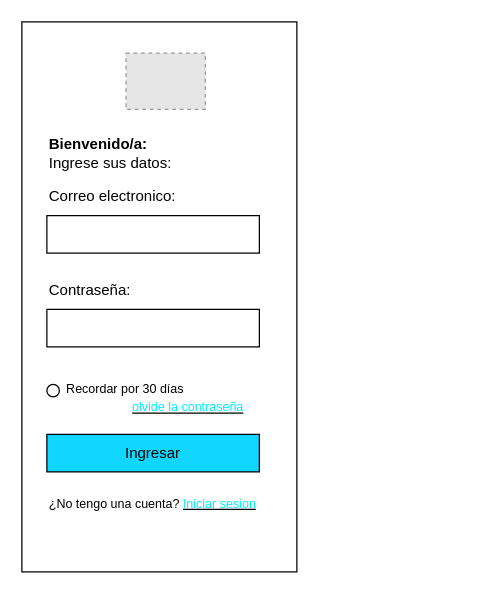
Earlier version of the draw.io diagram page "MenuLayout" (2 of 2) of docs/bocetos/bocetos.drawio (vitadis/Nexo). Source tidied: cells renumbered, new cells numbered last; positions are measured from the earlier drawing's top-left corner, leaving out a move shared by most shapes. Both pictures are drawn from the tidied source at 125%, with x=0, y=0 at pixel (21, 21). Pictures stored in the file or linked from it are replaced by grey dashed boxes.
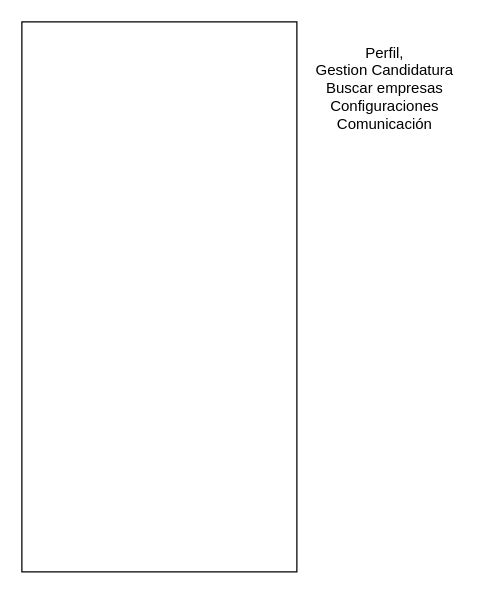
Above is the later version.

What changed in the source:
```diff
@@
 <mxGraphModel>
   <root>
     <mxCell id="0" />
     <mxCell id="1" parent="0" />
     <mxCell id="2" style="rounded=0;whiteSpace=wrap;html=1;" parent="1" vertex="1">
       <mxGeometry width="220" height="440" as="geometry" />
     </mxCell>
-    <mxCell id="3" style="rounded=0;whiteSpace=wrap;html=1;" parent="1" vertex="1">
-      <mxGeometry x="20" y="155" width="170" height="30" as="geometry" />
-    </mxCell>
-    <mxCell id="4" value="&lt;b&gt;Bienvenido/a:&lt;/b&gt;&lt;div&gt;Ingrese sus datos:&lt;/div&gt;" style="text;html=1;align=left;verticalAlign=middle;strokeColor=none;fillColor=none;" parent="1" vertex="1">
-      <mxGeometry x="20" y="85" width="120" height="40" as="geometry" />
-    </mxCell>
-    <mxCell id="5" value="Correo electronico:" style="text;html=1;align=left;verticalAlign=middle;strokeColor=none;fillColor=none;" parent="1" vertex="1">
-      <mxGeometry x="20" y="125" width="120" height="30" as="geometry" />
-    </mxCell>
-    <mxCell id="6" value="Contraseña:" style="text;html=1;align=left;verticalAlign=middle;strokeColor=none;fillColor=none;" parent="1" vertex="1">
-      <mxGeometry x="20" y="200" width="90" height="30" as="geometry" />
-    </mxCell>
-    <mxCell id="7" style="rounded=0;whiteSpace=wrap;html=1;" parent="1" vertex="1">
-      <mxGeometry x="20" y="230" width="170" height="30" as="geometry" />
-    </mxCell>
-    <mxCell id="8" value="Ingresar" style="whiteSpace=wrap;html=1;fillColor=#11D6FF;" parent="1" vertex="1">
-      <mxGeometry x="20" y="330" width="170" height="30" as="geometry" />
-    </mxCell>
-    <mxCell id="9" value="&lt;font style=&quot;font-size: 10px;&quot;&gt;¿No tengo una cuenta? &lt;u style=&quot;&quot;&gt;&lt;font style=&quot;color: rgb(0, 238, 255);&quot;&gt;Iniciar sesion&lt;/font&gt;&lt;/u&gt;&lt;/font&gt;" style="text;html=1;align=left;verticalAlign=middle;strokeColor=none;fillColor=none;" parent="1" vertex="1">
-      <mxGeometry x="20" y="370" width="190" height="30" as="geometry" />
-    </mxCell>
-    <mxCell id="10" value="&lt;font style=&quot;font-size: 10px;&quot;&gt;&amp;nbsp; &amp;nbsp; &amp;nbsp;Recordar por 30 días&amp;nbsp;&lt;/font&gt;&lt;div&gt;&lt;font style=&quot;font-size: 10px;&quot;&gt;&lt;u style=&quot;&quot;&gt;&lt;font style=&quot;color: rgb(0, 238, 255);&quot;&gt;&lt;span style=&quot;white-space: pre;&quot;&gt;&#9;&lt;/span&gt;&lt;span style=&quot;white-space: pre;&quot;&gt;&#9;&lt;/span&gt;&lt;span style=&quot;white-space: pre;&quot;&gt;&#9;&lt;/span&gt;olvide la contraseña&lt;/font&gt;&lt;/u&gt;&lt;/font&gt;&lt;/div&gt;" style="text;html=1;align=left;verticalAlign=middle;strokeColor=none;fillColor=none;" parent="1" vertex="1">
-      <mxGeometry x="20" y="280" width="190" height="40" as="geometry" />
-    </mxCell>
-    <mxCell id="11" style="ellipse;whiteSpace=wrap;html=1;" parent="1" vertex="1">
-      <mxGeometry x="20" y="290" width="10" height="10" as="geometry" />
-    </mxCell>
-    <mxCell id="12" style="fillColor=#E6E6E6;strokeColor=#999999;dashed=1;verticalLabelPosition=bottom;labelBackgroundColor=default;verticalAlign=top;" parent="1" vertex="1">
-      <mxGeometry x="83.3" y="25" width="63.5" height="45" as="geometry" />
-    </mxCell>
+    <mxCell id="13" value="Perfil,&lt;div&gt;Gestion Candidatura&lt;/div&gt;&lt;div&gt;Buscar empresas&lt;/div&gt;&lt;div&gt;Configuraciones&lt;/div&gt;&lt;div&gt;Comunicación&lt;/div&gt;" style="text;html=1;align=center;verticalAlign=middle;strokeColor=none;fillColor=none;" parent="1" vertex="1">
+      <mxGeometry x="225" y="8" width="130" height="90" as="geometry" />
+    </mxCell>
   </root>
 </mxGraphModel>
```
